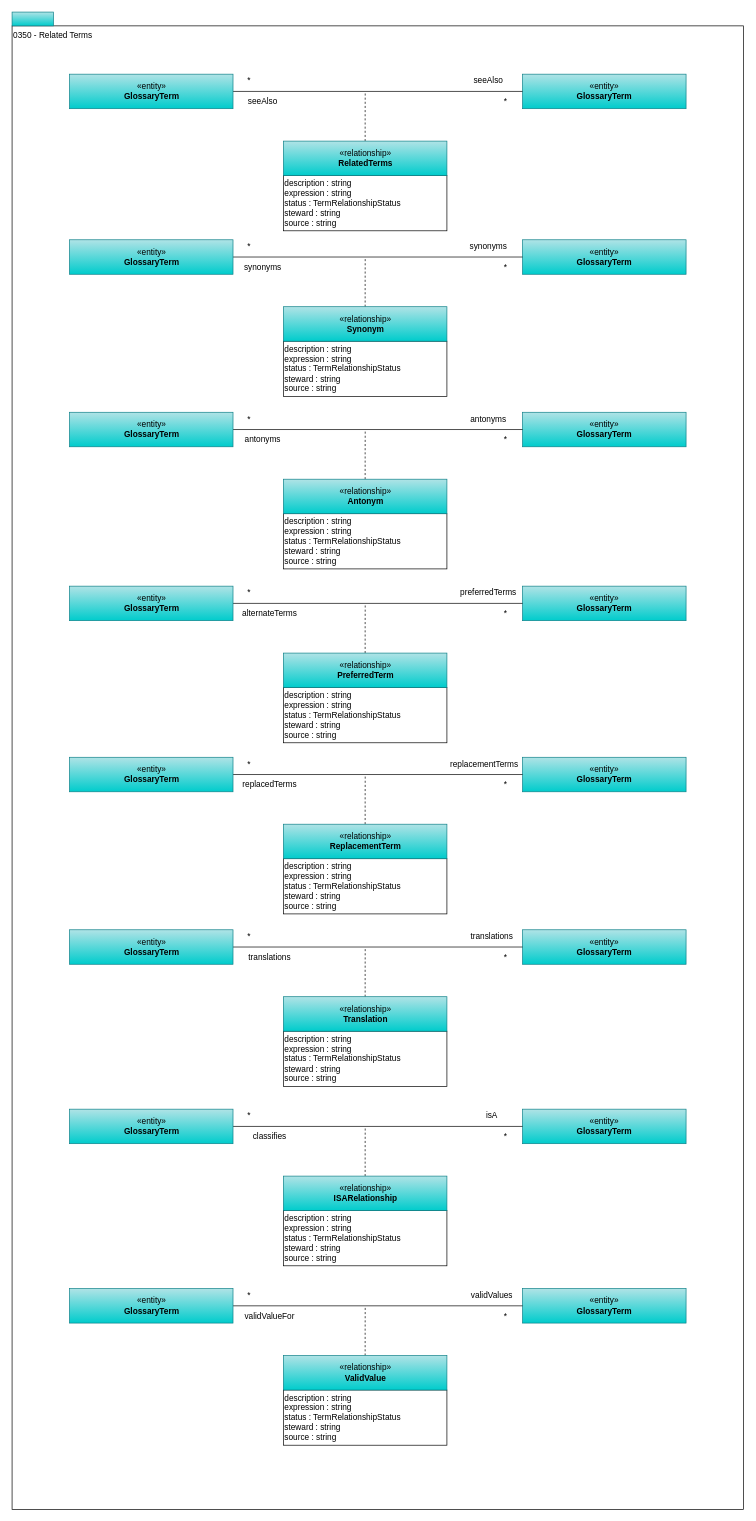
Above: page "0350-Related-Terms" (7 of 13) of open-metadata-publication/website/open-metadata-types/area-3-glossary.drawio in odpi/egeria (draw.io), before the change. Source tidied: cells renumbered, new cells numbered last; positions are measured from the earlier drawing's top-left corner, leaving out a move shared by most shapes. Both pictures are drawn from the tidied source at 69%, with x=0, y=0 at pixel (12, 12).
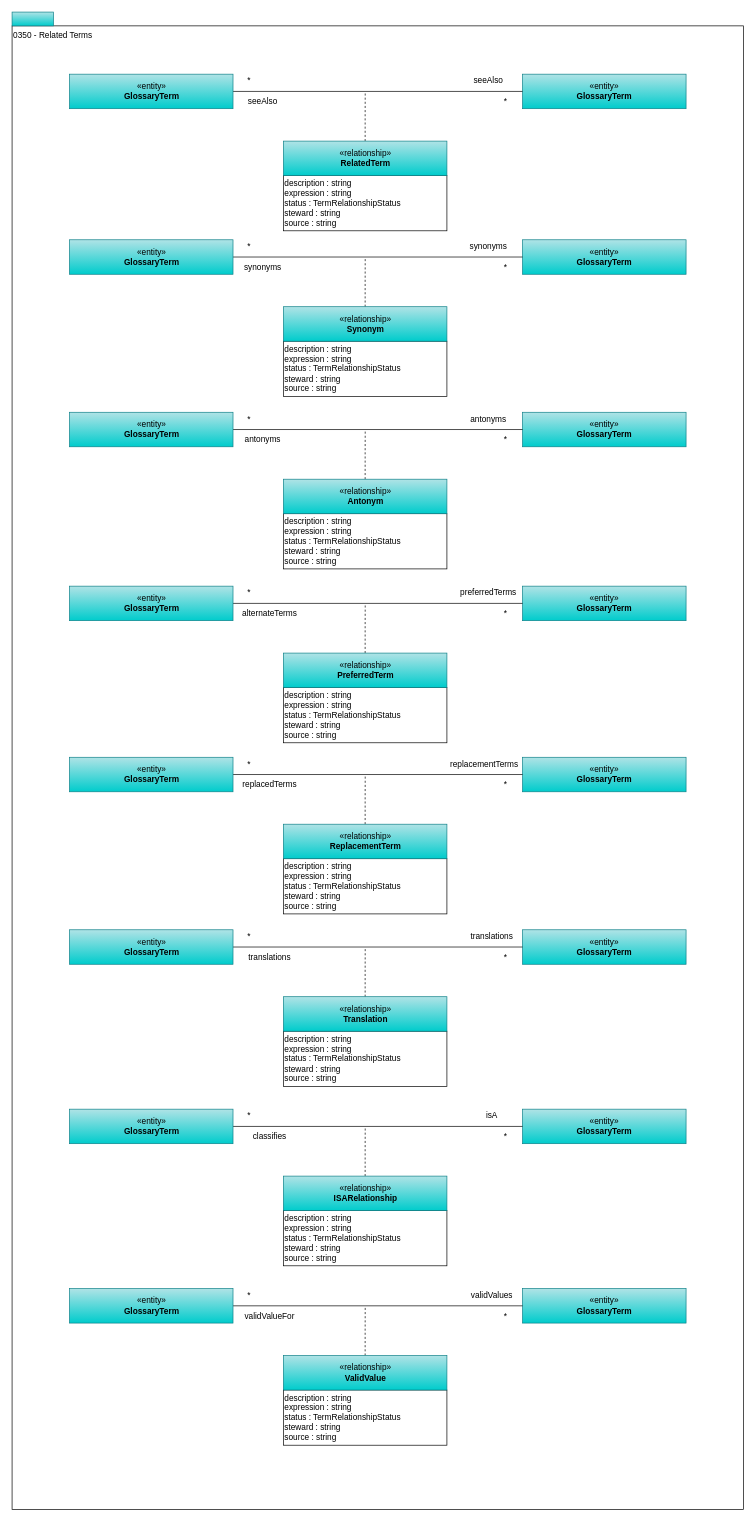
The same diagram, later.

What changed in the source:
```diff
@@
-    <mxCell id="7" value="«relationship»&lt;br&gt;&lt;b&gt;RelatedTerms&lt;/b&gt;" style="html=1;strokeColor=#0e8088;align=center;fillColor=#b0e3e6;gradientColor=#00CCCC;" parent="1" vertex="1">
+    <mxCell id="7" value="«relationship»&lt;br&gt;&lt;b&gt;RelatedTerm&lt;/b&gt;" style="html=1;strokeColor=#0e8088;align=center;fillColor=#b0e3e6;gradientColor=#00CCCC;" parent="1" vertex="1">
       <mxGeometry x="393.2" y="187" width="237" height="50" as="geometry" />
     </mxCell>
```
